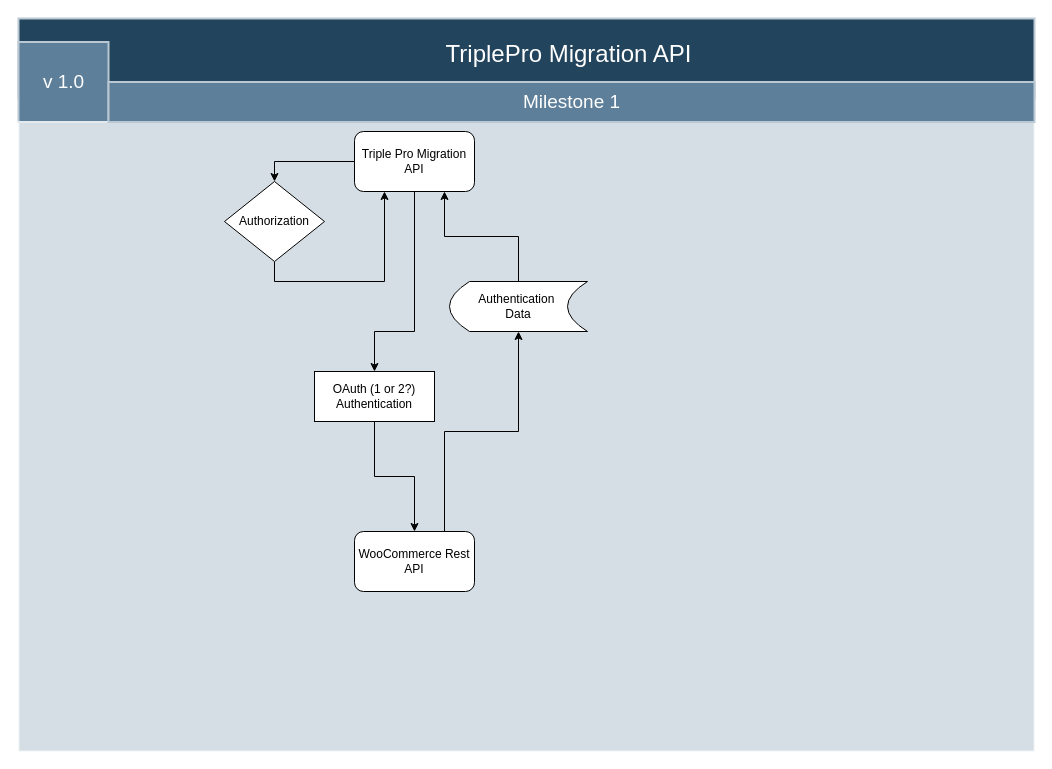
Before: TriplePro_DataMapper_Flowchart.drawio in oeloe100/TPMA-Proposal-Data, a draw.io diagram. Source tidied: cells renumbered, new cells numbered last; positions are measured from the earlier drawing's top-left corner, leaving out a move shared by most shapes. Both pictures are drawn from the tidied source at 100%, with x=0, y=0 at pixel (18, 18).
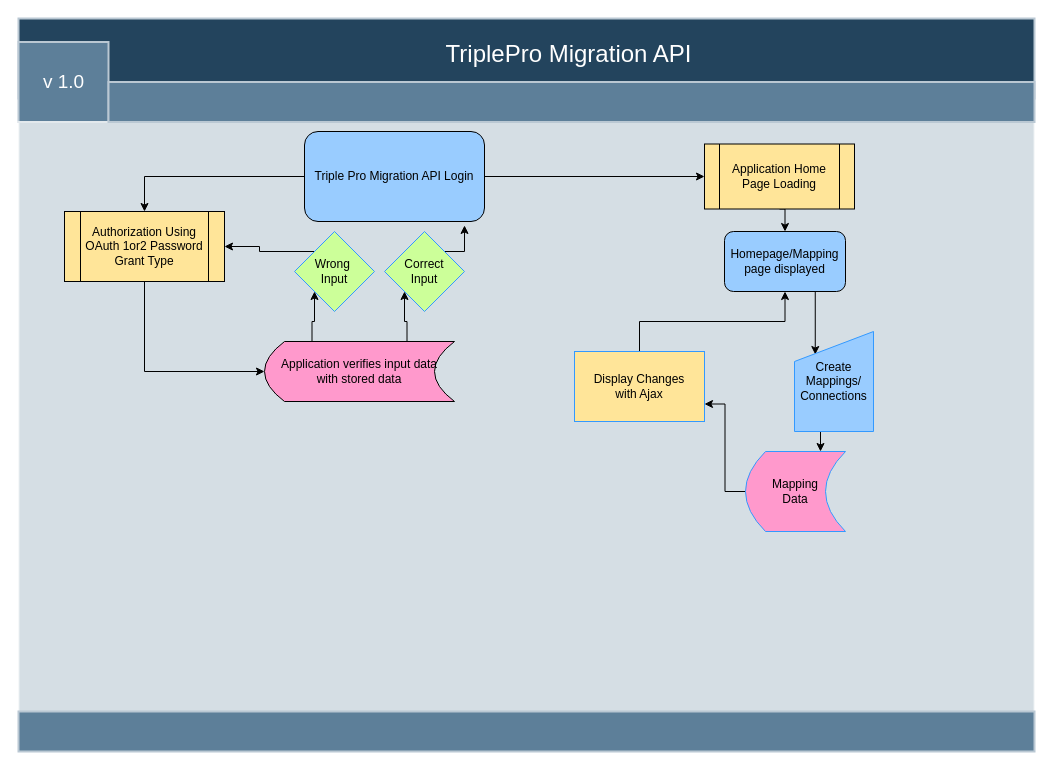
After the change.

The change refers to these unchanged cells:
```xml
<mxCell id="5" style="group;" parent="1" vertex="1">
  <mxGeometry x="90" y="63.5" width="926" height="40" as="geometry" />
</mxCell>
```

Diff of the diagram source:
```diff
@@
-    <mxCell id="6" value="Milestone 1" style="strokeColor=#BAC8D3;fillColor=#5d7f99;fontSize=19;strokeWidth=2;fontFamily=Helvetica;html=1;labelBackgroundColor=none;fontColor=#FFFFFF;" parent="5" vertex="1">
+    <mxCell id="6" style="strokeColor=#BAC8D3;fillColor=#5d7f99;fontSize=19;strokeWidth=2;fontFamily=Helvetica;html=1;labelBackgroundColor=none;fontColor=#FFFFFF;" parent="5" vertex="1">
       <mxGeometry width="926" height="40" as="geometry" />
     </mxCell>
-    <mxCell id="7" style="edgeStyle=orthogonalEdgeStyle;rounded=0;jettySize=auto;html=1;exitX=0;exitY=0.5;exitDx=0;exitDy=0;entryX=0.5;entryY=0;entryDx=0;entryDy=0;" parent="1" edge="1" source="8" target="15">
+    <mxCell id="7" style="edgeStyle=orthogonalEdgeStyle;rounded=0;jettySize=auto;html=1;exitX=0;exitY=0.5;exitDx=0;exitDy=0;entryX=0.5;entryY=0;entryDx=0;entryDy=0;" parent="1" edge="1" source="8" target="19">
       <mxGeometry relative="1" as="geometry" />
     </mxCell>
+    <mxCell id="18" style="edgeStyle=orthogonalEdgeStyle;rounded=0;jettySize=auto;html=1;exitX=1;exitY=0.5;exitDx=0;exitDy=0;entryX=0;entryY=0.5;entryDx=0;entryDy=0;" parent="1" edge="1" source="8" target="24">
+      <mxGeometry relative="1" as="geometry" />
+    </mxCell>
-    <mxCell id="8" value="Triple Pro Migration API" style="rounded=1;whiteSpace=wrap;html=1;" parent="1" vertex="1">
-      <mxGeometry x="336" y="113" width="120" height="60" as="geometry" />
+    <mxCell id="8" value="Triple Pro Migration API Login" style="rounded=1;whiteSpace=wrap;html=1;fillColor=#99CCFF;" parent="1" vertex="1">
+      <mxGeometry x="286" y="113" width="180" height="90" as="geometry" />
     </mxCell>
-    <mxCell id="9" style="edgeStyle=orthogonalEdgeStyle;rounded=0;jettySize=auto;html=1;exitX=0.75;exitY=0;exitDx=0;exitDy=0;entryX=0.5;entryY=1;entryDx=0;entryDy=0;" parent="1" edge="1" source="10" target="17">
-      <mxGeometry relative="1" as="geometry" />
-    </mxCell>
-    <mxCell id="10" value="WooCommerce Rest API" style="whiteSpace=wrap;html=1;rounded=1;" parent="1" vertex="1">
-      <mxGeometry x="336" y="513" width="120" height="60" as="geometry" />
-    </mxCell>
-    <mxCell id="11" style="edgeStyle=orthogonalEdgeStyle;rounded=0;jettySize=auto;html=1;exitX=0.5;exitY=1;exitDx=0;exitDy=0;entryX=0.5;entryY=0;entryDx=0;entryDy=0;" parent="1" edge="1" source="12" target="10">
-      <mxGeometry relative="1" as="geometry" />
-    </mxCell>
-    <mxCell id="12" value="OAuth (1 or 2?)&lt;br&gt;Authentication" style="rounded=0;whiteSpace=wrap;html=1;" parent="1" vertex="1">
-      <mxGeometry x="296" y="353" width="120" height="50" as="geometry" />
-    </mxCell>
-    <mxCell id="13" style="edgeStyle=orthogonalEdgeStyle;rounded=0;jettySize=auto;html=1;exitX=0.5;exitY=1;exitDx=0;exitDy=0;" parent="1" edge="1" source="8" target="12">
-      <mxGeometry relative="1" as="geometry">
-        <Array as="points">
-          <mxPoint x="396" y="313" />
-          <mxPoint x="356" y="313" />
-        </Array>
-      </mxGeometry>
-    </mxCell>
-    <mxCell id="14" style="edgeStyle=orthogonalEdgeStyle;rounded=0;jettySize=auto;html=1;exitX=0.5;exitY=1;exitDx=0;exitDy=0;entryX=0.25;entryY=1;entryDx=0;entryDy=0;" parent="1" edge="1" source="15" target="8">
+    <mxCell id="14" style="edgeStyle=orthogonalEdgeStyle;rounded=0;jettySize=auto;html=1;exitX=0.5;exitY=1;exitDx=0;exitDy=0;entryX=0;entryY=0.5;entryDx=0;entryDy=0;" parent="1" edge="1" source="19" target="22">
       <mxGeometry relative="1" as="geometry" />
     </mxCell>
-    <mxCell id="15" value="Authorization&lt;br&gt;" style="rhombus;whiteSpace=wrap;html=1;" parent="1" vertex="1">
-      <mxGeometry x="206" y="163" width="100" height="80" as="geometry" />
-    </mxCell>
-    <mxCell id="16" style="edgeStyle=orthogonalEdgeStyle;rounded=0;jettySize=auto;html=1;exitX=0.5;exitY=0;exitDx=0;exitDy=0;entryX=0.75;entryY=1;entryDx=0;entryDy=0;" parent="1" edge="1" source="17" target="8">
-      <mxGeometry relative="1" as="geometry" />
-    </mxCell>
-    <mxCell id="17" value="Authentication&amp;nbsp;&lt;br&gt;Data&lt;br&gt;" style="shape=dataStorage;whiteSpace=wrap;html=1;fixedSize=1;" parent="1" vertex="1">
-      <mxGeometry x="431" y="263" width="138" height="50" as="geometry" />
-    </mxCell>
+    <mxCell id="19" value="Authorization Using OAuth 1or2 Password Grant Type" style="shape=process;whiteSpace=wrap;html=1;backgroundOutline=1;fillColor=#FFE599;" parent="1" vertex="1">
+      <mxGeometry x="46" y="193" width="160" height="70" as="geometry" />
+    </mxCell>
+    <mxCell id="20" style="edgeStyle=orthogonalEdgeStyle;rounded=0;jettySize=auto;html=1;exitX=0.25;exitY=0;exitDx=0;exitDy=0;entryX=0;entryY=1;entryDx=0;entryDy=0;" parent="1" edge="1" source="22" target="28">
+      <mxGeometry relative="1" as="geometry" />
+    </mxCell>
+    <mxCell id="21" style="edgeStyle=orthogonalEdgeStyle;rounded=0;jettySize=auto;html=1;exitX=0.75;exitY=0;exitDx=0;exitDy=0;entryX=0;entryY=1;entryDx=0;entryDy=0;" parent="1" edge="1" source="22" target="30">
+      <mxGeometry relative="1" as="geometry" />
+    </mxCell>
+    <mxCell id="22" value="Application verifies input data&lt;br&gt;with stored data" style="shape=dataStorage;whiteSpace=wrap;html=1;fixedSize=1;fillColor=#FF99CC;" parent="1" vertex="1">
+      <mxGeometry x="246" y="323" width="190" height="60" as="geometry" />
+    </mxCell>
+    <mxCell id="23" style="edgeStyle=orthogonalEdgeStyle;rounded=0;jettySize=auto;html=1;exitX=0.5;exitY=1;exitDx=0;exitDy=0;entryX=0.5;entryY=0;entryDx=0;entryDy=0;" parent="1" edge="1" source="24" target="26">
+      <mxGeometry relative="1" as="geometry" />
+    </mxCell>
+    <mxCell id="24" value="Application Home Page Loading" style="shape=process;whiteSpace=wrap;html=1;backgroundOutline=1;fillColor=#FFE599;" parent="1" vertex="1">
+      <mxGeometry x="686" y="125.5" width="150" height="65" as="geometry" />
+    </mxCell>
+    <mxCell id="25" style="edgeStyle=orthogonalEdgeStyle;rounded=0;jettySize=auto;html=1;exitX=0.75;exitY=1;exitDx=0;exitDy=0;entryX=0.263;entryY=0.23;entryDx=0;entryDy=0;entryPerimeter=0;" parent="1" edge="1" source="26" target="32">
+      <mxGeometry relative="1" as="geometry" />
+    </mxCell>
+    <mxCell id="26" value="Homepage/Mapping page displayed" style="rounded=1;whiteSpace=wrap;html=1;fillColor=#99CCFF;" parent="1" vertex="1">
+      <mxGeometry x="706" y="213" width="121" height="60" as="geometry" />
+    </mxCell>
+    <mxCell id="27" style="edgeStyle=orthogonalEdgeStyle;rounded=0;jettySize=auto;html=1;exitX=0;exitY=0;exitDx=0;exitDy=0;entryX=1;entryY=0.5;entryDx=0;entryDy=0;" parent="1" edge="1" source="28" target="19">
+      <mxGeometry relative="1" as="geometry" />
+    </mxCell>
+    <mxCell id="28" value="Wrong&amp;nbsp;&lt;br&gt;Input" style="rhombus;whiteSpace=wrap;html=1;strokeColor=#3399FF;fillColor=#CCFF99;" parent="1" vertex="1">
+      <mxGeometry x="276" y="213" width="80" height="80" as="geometry" />
+    </mxCell>
+    <mxCell id="29" style="edgeStyle=orthogonalEdgeStyle;rounded=0;jettySize=auto;html=1;exitX=1;exitY=0;exitDx=0;exitDy=0;entryX=0.889;entryY=1.044;entryDx=0;entryDy=0;entryPerimeter=0;" parent="1" edge="1" source="30" target="8">
+      <mxGeometry relative="1" as="geometry" />
+    </mxCell>
+    <mxCell id="30" value="Correct &lt;br&gt;Input&lt;br&gt;" style="rhombus;whiteSpace=wrap;html=1;strokeColor=#3399FF;fillColor=#CCFF99;" parent="1" vertex="1">
+      <mxGeometry x="366" y="213" width="80" height="80" as="geometry" />
+    </mxCell>
+    <mxCell id="31" style="edgeStyle=orthogonalEdgeStyle;rounded=0;jettySize=auto;html=1;exitX=0.25;exitY=1;exitDx=0;exitDy=0;entryX=0.75;entryY=0;entryDx=0;entryDy=0;" parent="1" edge="1" source="32" target="36">
+      <mxGeometry relative="1" as="geometry" />
+    </mxCell>
+    <mxCell id="32" value="&lt;span&gt;Create Mappings/&lt;/span&gt;&lt;br&gt;&lt;span&gt;Connections&lt;/span&gt;" style="shape=manualInput;whiteSpace=wrap;html=1;strokeColor=#3399FF;fillColor=#99CCFF;" parent="1" vertex="1">
+      <mxGeometry x="776" y="313" width="79" height="100" as="geometry" />
+    </mxCell>
+    <mxCell id="33" style="edgeStyle=orthogonalEdgeStyle;rounded=0;jettySize=auto;html=1;exitX=0.5;exitY=0;exitDx=0;exitDy=0;entryX=0.5;entryY=1;entryDx=0;entryDy=0;" parent="1" edge="1" source="34" target="26">
+      <mxGeometry relative="1" as="geometry" />
+    </mxCell>
+    <mxCell id="34" value="Display Changes &lt;br&gt;with Ajax" style="rounded=0;whiteSpace=wrap;html=1;strokeColor=#3399FF;fillColor=#FFE599;" parent="1" vertex="1">
+      <mxGeometry x="556" y="333" width="130" height="70" as="geometry" />
+    </mxCell>
+    <mxCell id="35" style="edgeStyle=orthogonalEdgeStyle;rounded=0;jettySize=auto;html=1;exitX=0;exitY=0.5;exitDx=0;exitDy=0;entryX=1;entryY=0.75;entryDx=0;entryDy=0;" parent="1" edge="1" source="36" target="34">
+      <mxGeometry relative="1" as="geometry" />
+    </mxCell>
+    <mxCell id="36" value="Mapping&lt;br&gt;Data" style="shape=dataStorage;whiteSpace=wrap;html=1;fixedSize=1;strokeColor=#3399FF;fillColor=#FF99CC;" parent="1" vertex="1">
+      <mxGeometry x="727" y="433" width="100" height="80" as="geometry" />
+    </mxCell>
+    <mxCell id="37" style="group;" parent="1" vertex="1">
+      <mxGeometry y="693" width="1016" height="40" as="geometry" />
+    </mxCell>
+    <mxCell id="38" style="strokeColor=#BAC8D3;fillColor=#5d7f99;fontSize=19;strokeWidth=2;fontFamily=Helvetica;html=1;labelBackgroundColor=none;fontColor=#FFFFFF;" parent="37" vertex="1">
+      <mxGeometry width="1016" height="40" as="geometry" />
+    </mxCell>
```
